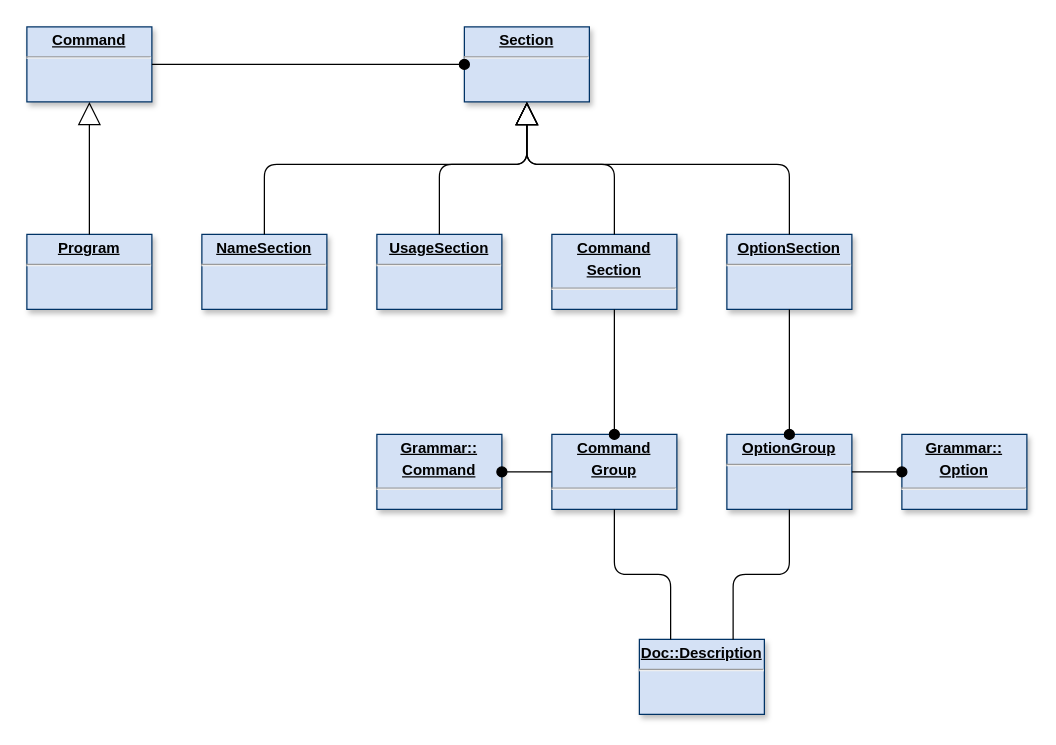
Above: page "Document" (4 of 4) of doc/diagram.drawio in clrgit/shellopts (draw.io), before the change. Source tidied: cells renumbered, new cells numbered last; positions are measured from the earlier drawing's top-left corner, leaving out a move shared by most shapes. Both pictures are drawn from the tidied source at 125%, with x=0, y=0 at pixel (26, 26).
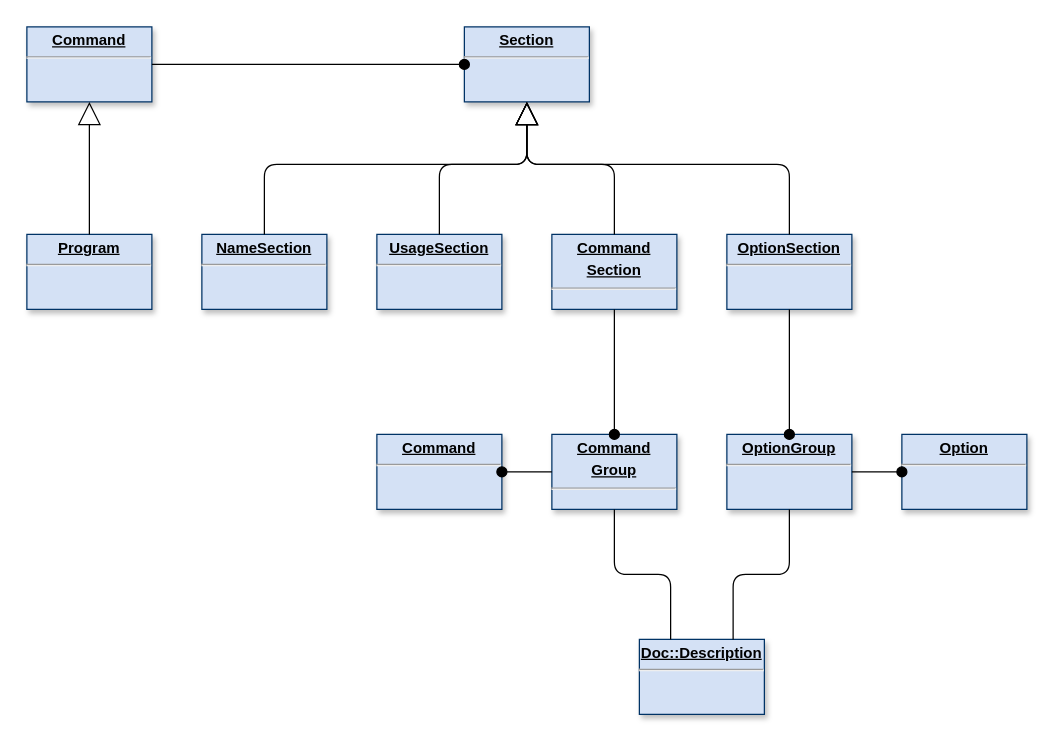
The same diagram, later.

The edit, as a diff of the source:
```diff
@@
-    <mxCell id="14" value="&lt;p style=&quot;margin: 0px ; margin-top: 4px ; text-align: center ; text-decoration: underline&quot;&gt;&lt;b&gt;Grammar::&lt;/b&gt;&lt;/p&gt;&lt;p style=&quot;margin: 0px ; margin-top: 4px ; text-align: center ; text-decoration: underline&quot;&gt;&lt;b&gt;Option&lt;/b&gt;&lt;/p&gt;&lt;hr&gt;&lt;p style=&quot;margin: 0px ; margin-left: 8px&quot;&gt;&lt;br&gt;&lt;/p&gt;" style="verticalAlign=top;align=left;overflow=fill;fontSize=12;fontFamily=Helvetica;html=1;shadow=1;strokeColor=#003366;fillColor=#D4E1F5;" parent="1" vertex="1">
+    <mxCell id="14" value="&lt;p style=&quot;margin: 0px ; margin-top: 4px ; text-align: center ; text-decoration: underline&quot;&gt;&lt;b&gt;Option&lt;/b&gt;&lt;br&gt;&lt;/p&gt;&lt;hr&gt;&lt;p style=&quot;margin: 0px ; margin-left: 8px&quot;&gt;&lt;br&gt;&lt;/p&gt;" style="verticalAlign=top;align=left;overflow=fill;fontSize=12;fontFamily=Helvetica;html=1;shadow=1;strokeColor=#003366;fillColor=#D4E1F5;" parent="1" vertex="1">
       <mxGeometry x="700" y="326" width="100" height="60" as="geometry" />
     </mxCell>
@@
-    <mxCell id="20" value="&lt;p style=&quot;margin: 0px ; margin-top: 4px ; text-align: center ; text-decoration: underline&quot;&gt;&lt;b&gt;Grammar::&lt;/b&gt;&lt;/p&gt;&lt;p style=&quot;margin: 0px ; margin-top: 4px ; text-align: center ; text-decoration: underline&quot;&gt;&lt;b&gt;Command&lt;/b&gt;&lt;/p&gt;&lt;hr&gt;&lt;p style=&quot;margin: 0px ; margin-left: 8px&quot;&gt;&lt;br&gt;&lt;/p&gt;" style="verticalAlign=top;align=left;overflow=fill;fontSize=12;fontFamily=Helvetica;html=1;shadow=1;strokeColor=#003366;fillColor=#D4E1F5;" parent="1" vertex="1">
+    <mxCell id="20" value="&lt;p style=&quot;margin: 0px ; margin-top: 4px ; text-align: center ; text-decoration: underline&quot;&gt;&lt;b&gt;Command&lt;/b&gt;&lt;br&gt;&lt;/p&gt;&lt;hr&gt;&lt;p style=&quot;margin: 0px ; margin-left: 8px&quot;&gt;&lt;br&gt;&lt;/p&gt;" style="verticalAlign=top;align=left;overflow=fill;fontSize=12;fontFamily=Helvetica;html=1;shadow=1;strokeColor=#003366;fillColor=#D4E1F5;" parent="1" vertex="1">
       <mxGeometry x="280" y="326" width="100" height="60" as="geometry" />
     </mxCell>
```
